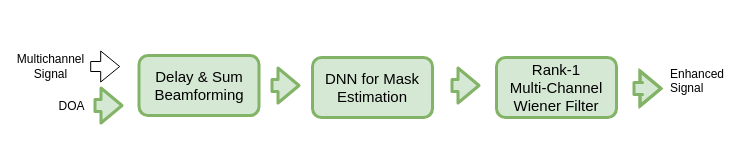
sunits/Random keeps this draw.io diagram as page "Speech Enhancement Pipeline" (2 of 4) of vocadom_doa_se.drawio. Above is the earlier version. Source tidied: cells renumbered, new cells numbered last; positions are measured from the earlier drawing's top-left corner, leaving out a move shared by most shapes. Both pictures are drawn from the tidied source at 100%, with x=0, y=0 at pixel (90, 55).
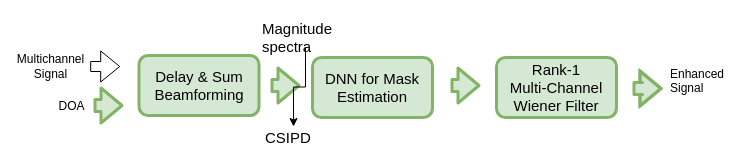
The same page after the edit.

Change to the diagram source:
```diff
@@
+    <mxCell id="13" style="edgeStyle=orthogonalEdgeStyle;rounded=0;jettySize=auto;html=1;" parent="1" edge="1" source="14" target="15">
+      <mxGeometry relative="1" as="geometry" />
+    </mxCell>
+    <mxCell id="14" value="&lt;div style=&quot;font-size: 15px&quot;&gt;&lt;font style=&quot;font-size: 15px&quot;&gt;Magnitude&lt;/font&gt;&lt;/div&gt;&lt;div style=&quot;font-size: 15px&quot;&gt;&lt;font style=&quot;font-size: 15px&quot;&gt;spectra&lt;br&gt;&lt;/font&gt;&lt;/div&gt;" style="text;html=1;points=[];align=left;verticalAlign=top;spacingTop=-4;" parent="1" vertex="1">
+      <mxGeometry x="170" y="-38" width="90" height="30" as="geometry" />
+    </mxCell>
+    <mxCell id="15" value="&lt;font style=&quot;font-size: 15px&quot;&gt;CSIPD&lt;/font&gt;" style="text;html=1;points=[];align=left;verticalAlign=top;spacingTop=-4;" parent="1" vertex="1">
+      <mxGeometry x="173" y="71" width="60" height="20" as="geometry" />
+    </mxCell>
```
